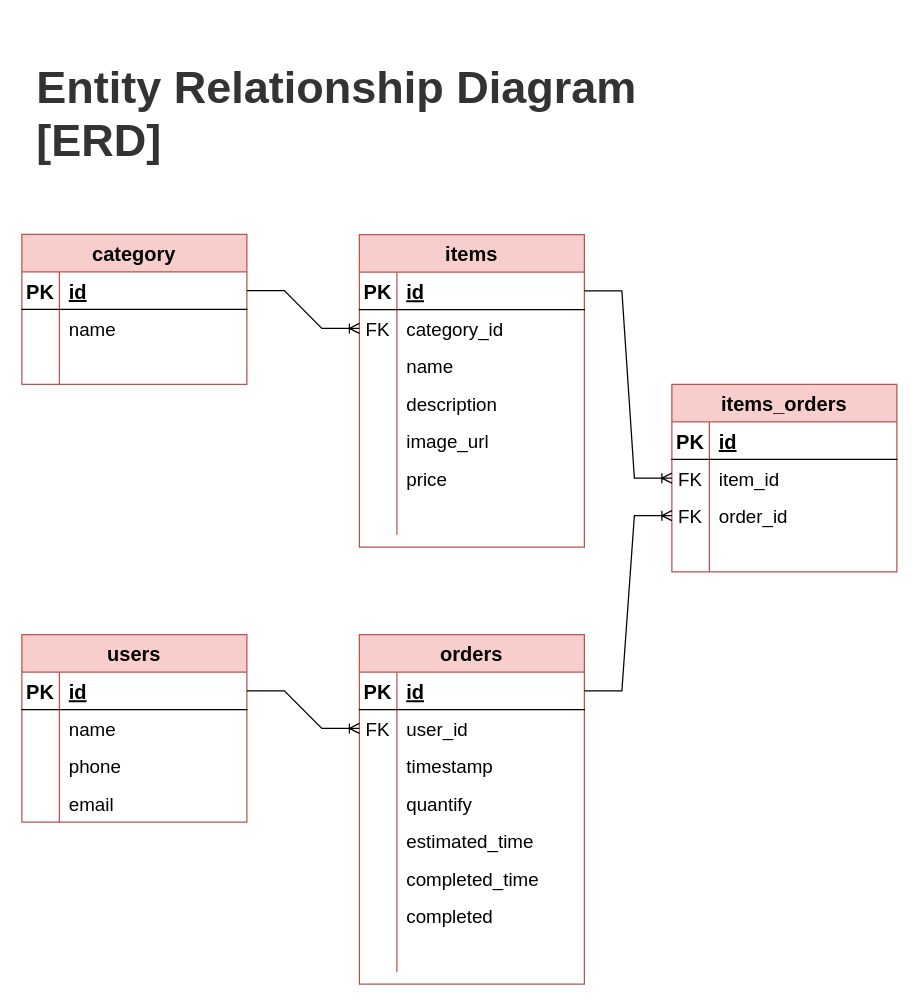
Before: page "dB_ERD" (4 of 4) of project_docs/app_views.drawio in smartnvm/foodTruck, a draw.io diagram. Source tidied: cells renumbered, new cells numbered last; positions are measured from the earlier drawing's top-left corner, leaving out a move shared by most shapes. Both pictures are drawn from the tidied source at 125%, with x=0, y=0 at pixel (21, 21).
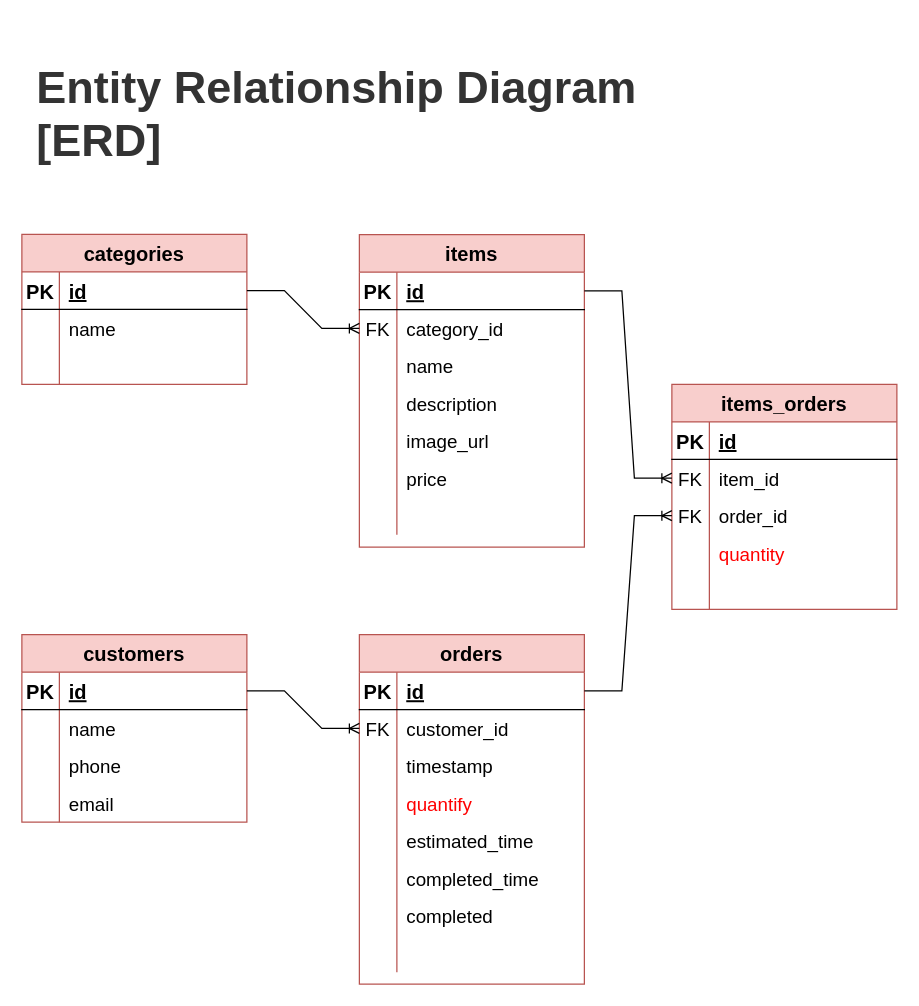
The same diagram, later.

Unchanged cells that the change refers to:
```xml
<mxCell id="35" style="shape=partialRectangle;fillColor=none;top=0;left=0;bottom=0;right=0;" parent="25" vertex="1">
  <mxGeometry y="120" width="180" height="30" as="geometry" />
</mxCell>
<mxCell id="52" style="shape=partialRectangle;fillColor=none;top=0;left=0;bottom=0;right=0;points=[[0,0.5],[1,0.5]];portConstraint=eastwest;" parent="48" vertex="1">
  <mxGeometry y="60" width="180" height="30" as="geometry" />
</mxCell>
<mxCell id="58" style="shape=partialRectangle;fillColor=none;top=0;left=0;bottom=0;right=0;" parent="48" vertex="1">
  <mxGeometry y="120" width="180" height="30" as="geometry" />
</mxCell>
```

The edit, as a diff of the source:
```diff
@@
     <mxCell id="25" value="items_orders" style="shape=table;startSize=30;childLayout=tableLayout;rowLines=0;fontStyle=1;align=center;fillColor=#f8cecc;strokeColor=#b85450;fontSize=16;" parent="1" vertex="1">
-      <mxGeometry x="520" y="290" width="180" height="150" as="geometry" />
+      <mxGeometry x="520" y="290" width="180" height="180" as="geometry" />
     </mxCell>
@@
-    <mxCell id="37" style="shape=partialRectangle;fillColor=none;top=0;left=0;bottom=0;right=0;align=left;spacingLeft=6;overflow=hidden;fontSize=15;" parent="35" vertex="1">
+    <mxCell id="37" value="quantity" style="shape=partialRectangle;fillColor=none;top=0;left=0;bottom=0;right=0;align=left;spacingLeft=6;overflow=hidden;fontSize=15;fontColor=#FF0000;" parent="35" vertex="1">
       <mxGeometry x="30" width="150" height="30" as="geometry" />
     </mxCell>
+    <mxCell id="90" style="shape=partialRectangle;fillColor=none;top=0;left=0;bottom=0;right=0;" parent="25" vertex="1">
+      <mxGeometry y="150" width="180" height="30" as="geometry" />
+    </mxCell>
+    <mxCell id="91" style="shape=partialRectangle;fillColor=none;top=0;left=0;bottom=0;right=0;overflow=hidden;fontSize=15;" parent="90" vertex="1">
+      <mxGeometry width="30" height="30" as="geometry" />
+    </mxCell>
+    <mxCell id="92" style="shape=partialRectangle;fillColor=none;top=0;left=0;bottom=0;right=0;align=left;spacingLeft=6;overflow=hidden;fontSize=15;" parent="90" vertex="1">
+      <mxGeometry x="30" width="150" height="30" as="geometry" />
+    </mxCell>
-    <mxCell id="38" value="category" style="shape=table;startSize=30;childLayout=tableLayout;rowLines=0;fontStyle=1;align=center;fillColor=#f8cecc;strokeColor=#b85450;fontSize=16;" parent="1" vertex="1">
+    <mxCell id="38" value="categories" style="shape=table;startSize=30;childLayout=tableLayout;rowLines=0;fontStyle=1;align=center;fillColor=#f8cecc;strokeColor=#b85450;fontSize=16;" parent="1" vertex="1">
       <mxGeometry y="170" width="180" height="120" as="geometry" />
     </mxCell>
@@
-    <mxCell id="54" value="user_id" style="shape=partialRectangle;fillColor=none;top=0;left=0;bottom=0;right=0;align=left;spacingLeft=6;overflow=hidden;fontSize=15;" parent="52" vertex="1">
+    <mxCell id="54" value="customer_id" style="shape=partialRectangle;fillColor=none;top=0;left=0;bottom=0;right=0;align=left;spacingLeft=6;overflow=hidden;fontSize=15;" parent="52" vertex="1">
       <mxGeometry x="30" width="150" height="30" as="geometry" />
     </mxCell>
@@
-    <mxCell id="60" value="quantify" style="shape=partialRectangle;fillColor=none;top=0;left=0;bottom=0;right=0;align=left;spacingLeft=6;overflow=hidden;fontSize=15;" parent="58" vertex="1">
+    <mxCell id="60" value="quantify" style="shape=partialRectangle;fillColor=none;top=0;left=0;bottom=0;right=0;align=left;spacingLeft=6;overflow=hidden;fontSize=15;fontColor=#FF0000;" parent="58" vertex="1">
       <mxGeometry x="30" width="150" height="30" as="geometry" />
     </mxCell>
@@
-    <mxCell id="73" value="users" style="shape=table;startSize=30;childLayout=tableLayout;rowLines=0;fontStyle=1;align=center;fillColor=#f8cecc;strokeColor=#b85450;fontSize=16;" parent="1" vertex="1">
+    <mxCell id="73" value="customers" style="shape=table;startSize=30;childLayout=tableLayout;rowLines=0;fontStyle=1;align=center;fillColor=#f8cecc;strokeColor=#b85450;fontSize=16;" parent="1" vertex="1">
       <mxGeometry y="490.2" width="180" height="150" as="geometry" />
     </mxCell>
```
